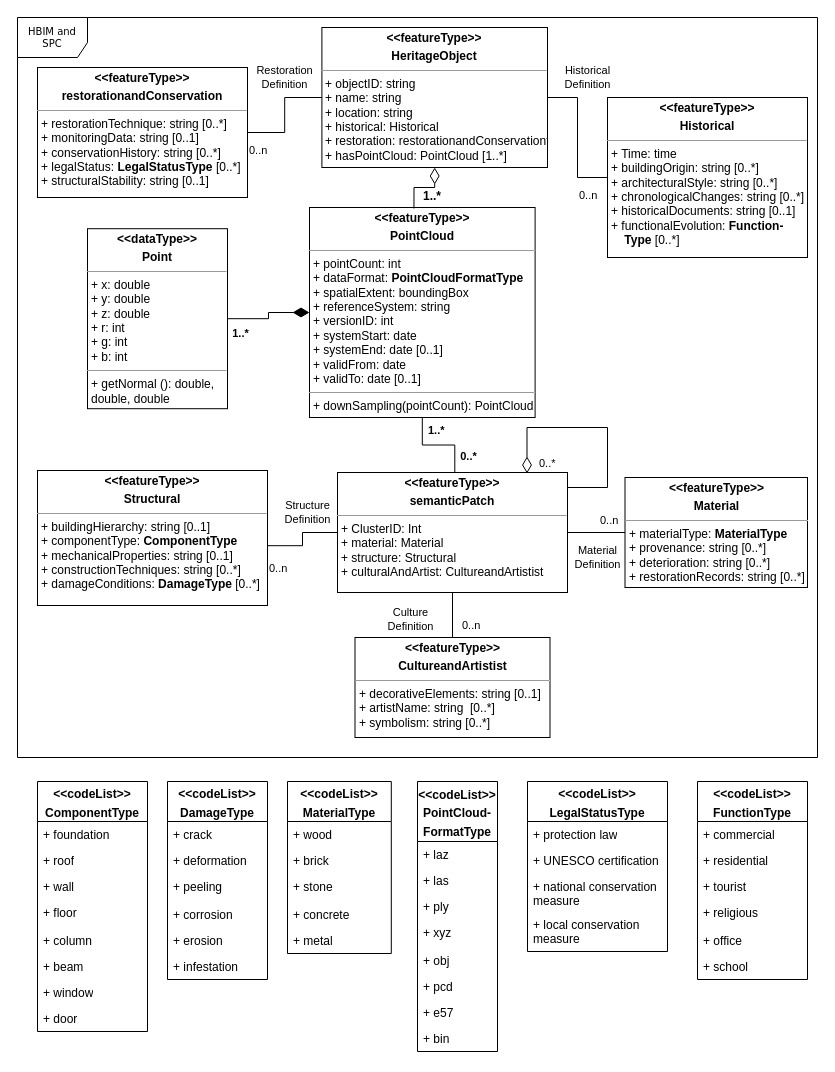
Zhuoyuee/thesis keeps this draw.io diagram as Untitled Diagram.drawio. Above is the earlier version. Source tidied: cells renumbered, new cells numbered last; positions are measured from the earlier drawing's top-left corner, leaving out a move shared by most shapes. Both pictures are drawn from the tidied source at 100%, with x=0, y=0 at pixel (17, 17).
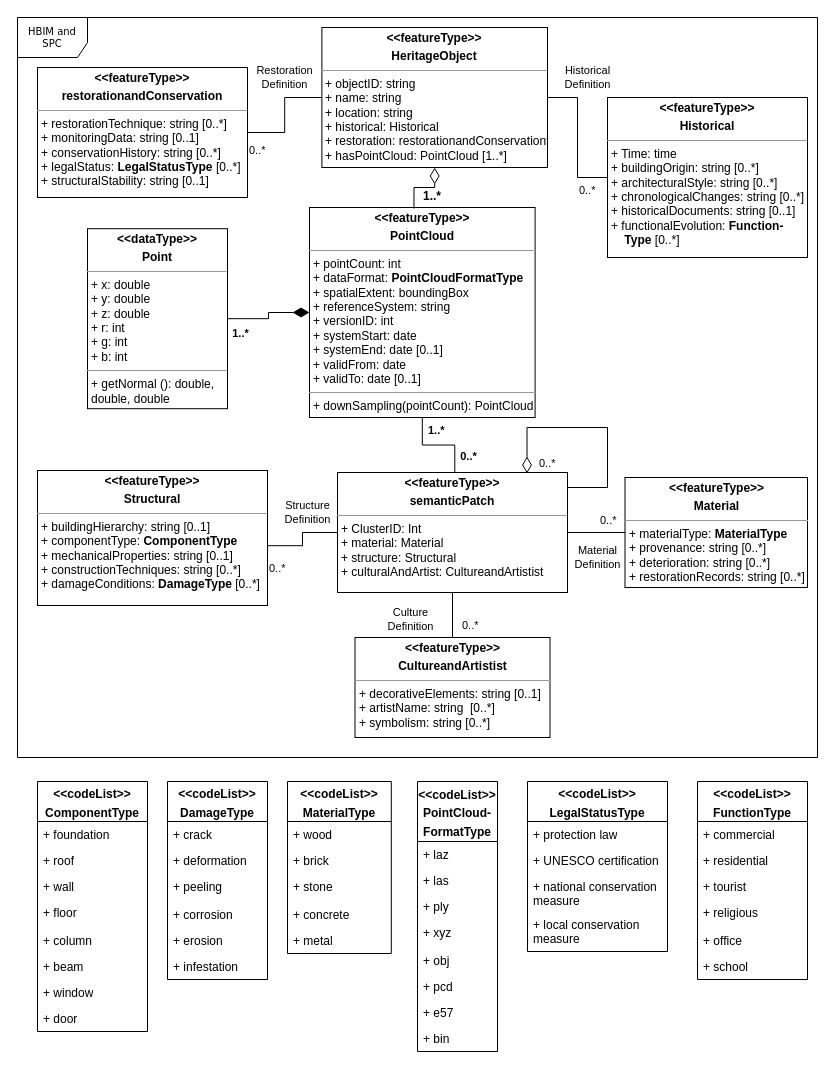
The same diagram, later.

The change refers to these unchanged cells:
```xml
<mxCell id="59" value="Structure&lt;div&gt;Definition&lt;/div&gt;" style="endArrow=none;html=1;endSize=12;startArrow=none;startSize=14;startFill=0;edgeStyle=orthogonalEdgeStyle;rounded=0;exitX=0.998;exitY=0.557;exitDx=0;exitDy=0;exitPerimeter=0;entryX=0;entryY=0.5;entryDx=0;entryDy=0;" parent="1" edge="1" source="26" target="8">
  <mxGeometry x="0.29" y="20" relative="1" as="geometry" />
</mxCell>
<mxCell id="61" value="Material&lt;div&gt;Definition&lt;/div&gt;" style="endArrow=none;html=1;endSize=12;startArrow=none;startSize=14;startFill=0;edgeStyle=orthogonalEdgeStyle;rounded=0;exitX=0;exitY=0.5;exitDx=0;exitDy=0;entryX=1;entryY=0.5;entryDx=0;entryDy=0;" parent="1" edge="1" source="25" target="8">
  <mxGeometry x="-0.04" y="25" relative="1" as="geometry" />
</mxCell>
<mxCell id="63" value="Culture&lt;div&gt;Definition&lt;/div&gt;" style="endArrow=none;html=1;endSize=12;startArrow=none;startSize=14;startFill=0;edgeStyle=orthogonalEdgeStyle;rounded=0;exitX=0.5;exitY=1;exitDx=0;exitDy=0;entryX=0.5;entryY=0;entryDx=0;entryDy=0;" parent="1" edge="1" source="8" target="7">
  <mxGeometry x="0.2" y="-42" relative="1" as="geometry" />
</mxCell>
<mxCell id="65" value="Restoration&lt;div&gt;Definition&lt;/div&gt;" style="endArrow=none;html=1;endSize=12;startArrow=none;startSize=14;startFill=0;edgeStyle=orthogonalEdgeStyle;rounded=0;exitX=1;exitY=0.5;exitDx=0;exitDy=0;entryX=0;entryY=0.5;entryDx=0;entryDy=0;" parent="1" edge="1" source="48" target="4">
  <mxGeometry x="0.32" y="20" relative="1" as="geometry" />
</mxCell>
<mxCell id="67" value="Historical&lt;div&gt;Definition&lt;/div&gt;" style="endArrow=none;html=1;endSize=12;startArrow=none;startSize=14;startFill=0;edgeStyle=orthogonalEdgeStyle;rounded=0;exitX=0;exitY=0.5;exitDx=0;exitDy=0;entryX=1;entryY=0.5;entryDx=0;entryDy=0;" parent="1" edge="1" source="6" target="4">
  <mxGeometry x="0.57" y="-22" relative="1" as="geometry">
    <mxPoint x="10" y="2" as="offset" />
  </mxGeometry>
</mxCell>
```

What changed in the source:
```diff
@@
-    <mxCell id="60" value="0..n" style="edgeLabel;html=1;align=left;verticalAlign=top;" parent="59" vertex="1">
+    <mxCell id="60" value="0..*" style="edgeLabel;html=1;align=left;verticalAlign=top;" parent="59" vertex="1">
       <mxGeometry x="-1" relative="1" as="geometry">
         <mxPoint y="10" as="offset" />
       </mxGeometry>
     </mxCell>
@@
-    <mxCell id="62" value="0..n" style="edgeLabel;html=1;align=left;verticalAlign=top;" parent="61" vertex="1">
+    <mxCell id="62" value="0..*" style="edgeLabel;html=1;align=left;verticalAlign=top;" parent="61" vertex="1">
       <mxGeometry x="-1" relative="1" as="geometry">
         <mxPoint x="-27" y="-25" as="offset" />
       </mxGeometry>
     </mxCell>
@@
-    <mxCell id="64" value="0..n" style="edgeLabel;html=1;align=left;verticalAlign=top;" parent="63" vertex="1">
+    <mxCell id="64" value="0..*" style="edgeLabel;html=1;align=left;verticalAlign=top;" parent="63" vertex="1">
       <mxGeometry x="-1" relative="1" as="geometry">
         <mxPoint x="8" y="20" as="offset" />
       </mxGeometry>
     </mxCell>
@@
-    <mxCell id="66" value="0..n" style="edgeLabel;html=1;align=left;verticalAlign=top;" parent="65" vertex="1">
+    <mxCell id="66" value="0..*" style="edgeLabel;html=1;align=left;verticalAlign=top;" parent="65" vertex="1">
       <mxGeometry x="-1" relative="1" as="geometry">
         <mxPoint y="5" as="offset" />
       </mxGeometry>
     </mxCell>
@@
-    <mxCell id="68" value="0..n" style="edgeLabel;html=1;align=left;verticalAlign=top;" parent="67" vertex="1">
+    <mxCell id="68" value="0..*" style="edgeLabel;html=1;align=left;verticalAlign=top;" parent="67" vertex="1">
       <mxGeometry x="-1" relative="1" as="geometry">
-        <mxPoint x="-30" y="5" as="offset" />
+        <mxPoint x="-30" as="offset" />
       </mxGeometry>
     </mxCell>
```
